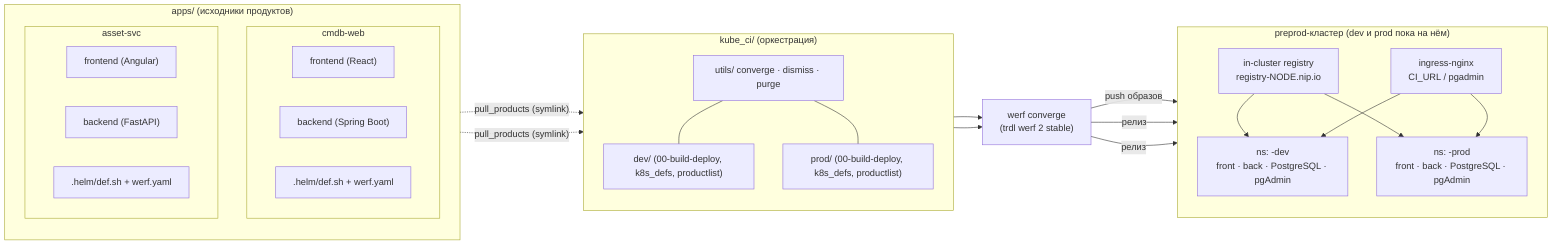
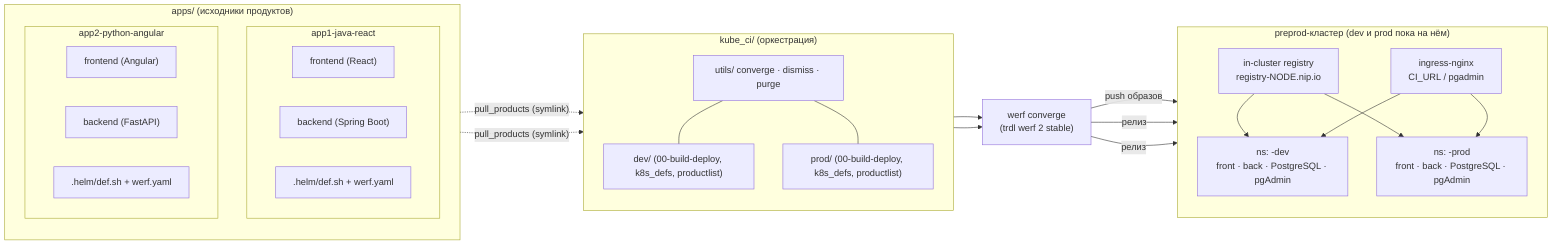
flowchart LR
    subgraph apps["apps/ (исходники продуктов)"]
        direction TB
-         subgraph cmdbweb["cmdb-web"]
+         subgraph cmdbweb["app1-java-react"]
            cw_fe["frontend (React)"]
            cw_be["backend (Spring Boot)"]
            cw_helm[".helm/def.sh + werf.yaml"]
        end
-         subgraph assetsvc["asset-svc"]
+         subgraph assetsvc["app2-python-angular"]
            as_fe["frontend (Angular)"]
            as_be["backend (FastAPI)"]
            as_helm[".helm/def.sh + werf.yaml"]
        end
    end

    subgraph kubeci["kube_ci/ (оркестрация)"]
        direction TB
        utils["utils/ converge · dismiss · purge"]
        envdev["dev/ (00-build-deploy, k8s_defs, productlist)"]
        envprod["prod/ (00-build-deploy, k8s_defs, productlist)"]
        utils --- envdev
        utils --- envprod
    end

    werf["werf converge<br/>(trdl werf 2 stable)"]

    subgraph cluster["preprod-кластер (dev и prod пока на нём)"]
        direction TB
        registry["in-cluster registry<br/>registry-NODE.nip.io"]
        ns_dev["ns: <app>-dev<br/>front · back · PostgreSQL · pgAdmin"]
        ns_prod["ns: <app>-prod<br/>front · back · PostgreSQL · pgAdmin"]
        ingress["ingress-nginx<br/>CI_URL / pgadmin"]
    end

    cmdbweb -. "pull_products (symlink)" .-> envdev
    assetsvc -. "pull_products (symlink)" .-> envdev
    envdev --> werf
    envprod --> werf
    werf -->|push образов| registry
    werf -->|релиз| ns_dev
    werf -->|релиз| ns_prod
    registry --> ns_dev
    registry --> ns_prod
    ingress --> ns_dev
    ingress --> ns_prod
